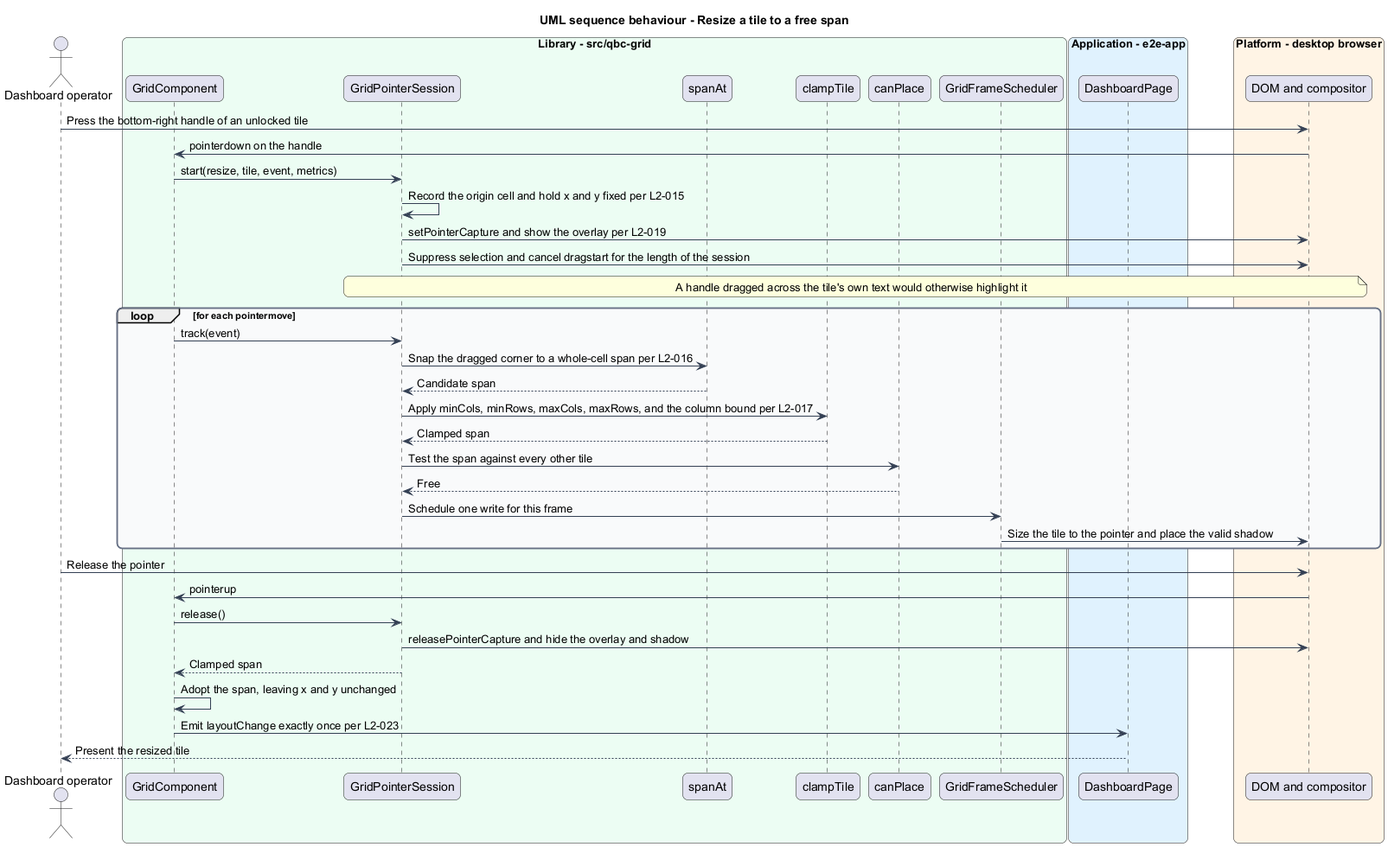
The PlantUML diagram docs/detailed-designs/tile-interaction/resize-a-tile/diagrams/sequence-resize-commit.png in QuinntyneBrown/qbc-grid, before a commit.
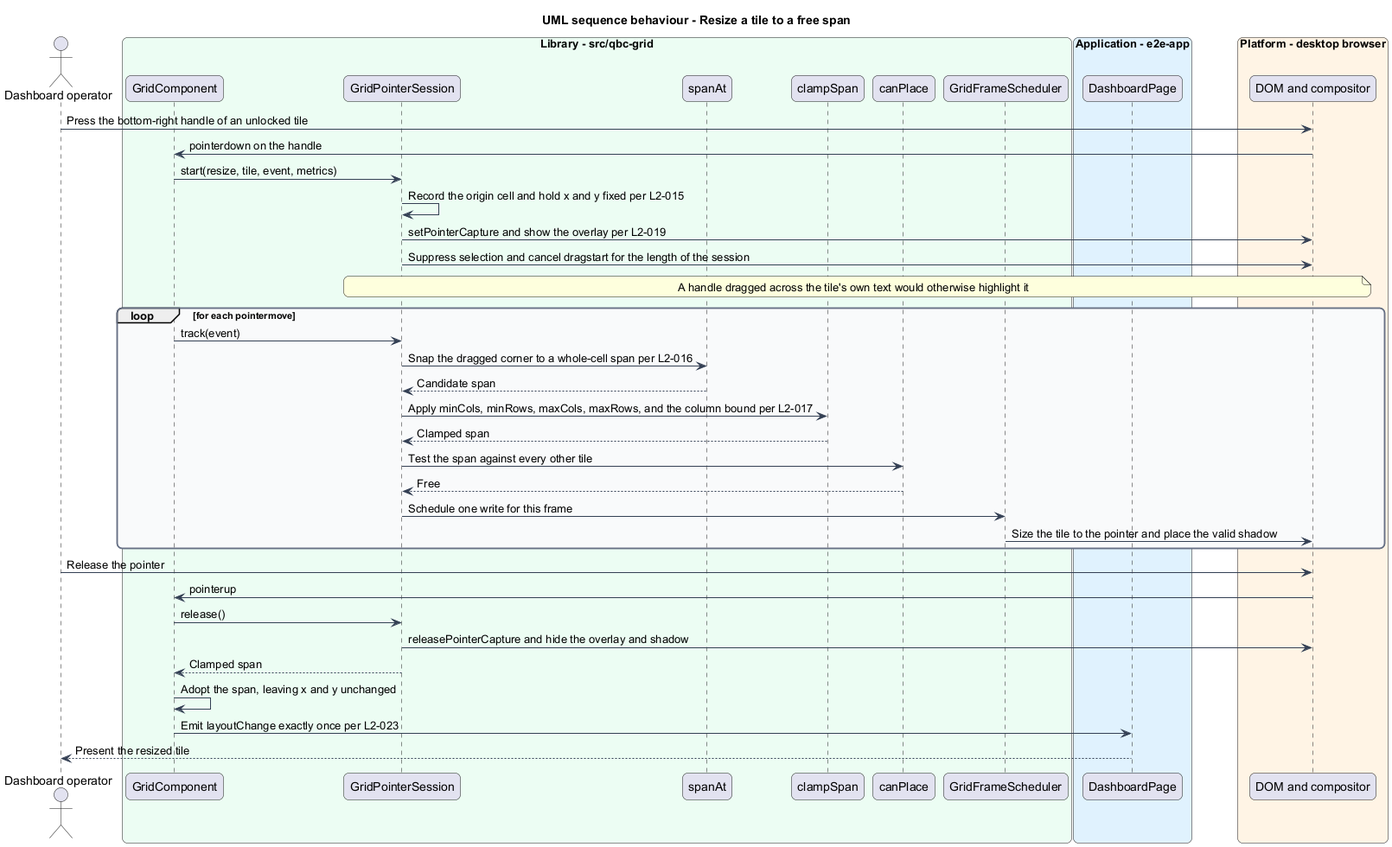
The same diagram one commit later.

Change to the diagram source:
```diff
@@ -19,7 +19,7 @@
   participant "GridComponent" as grid
   participant "GridPointerSession" as session
   participant "spanAt" as spanat
-  participant "clampTile" as clamp
+  participant "clampSpan" as clamp
   participant "canPlace" as canplace
   participant "GridFrameScheduler" as scheduler
 end box
```
